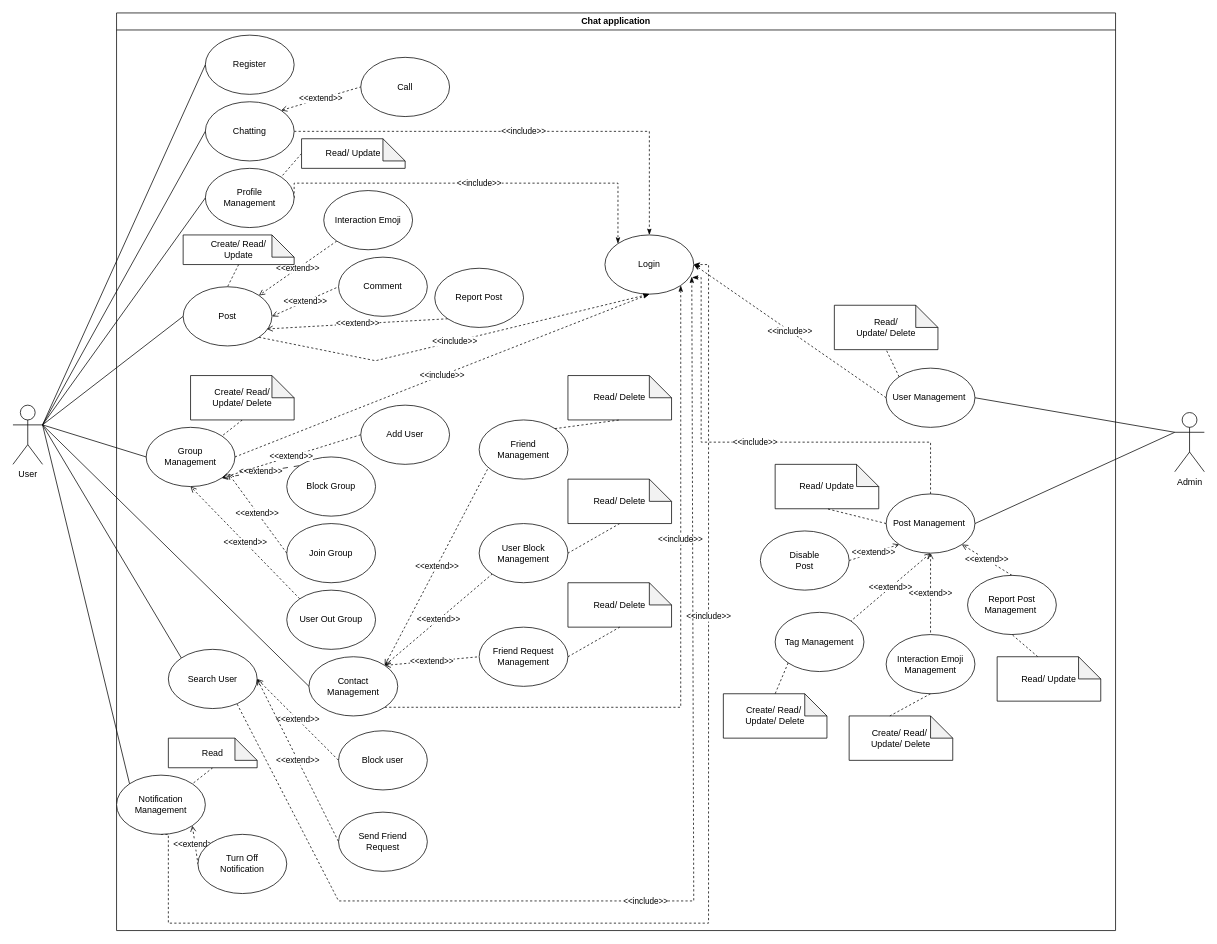
Before: docs/Use Case Diagram/UC-Chatapp.drawio in Carl-Johnsons/Chat-Application, a draw.io diagram. Source tidied: cells renumbered, new cells numbered last; positions are measured from the earlier drawing's top-left corner, leaving out a move shared by most shapes. Both pictures are drawn from the tidied source at 74%, with x=0, y=0 at pixel (13, 13).
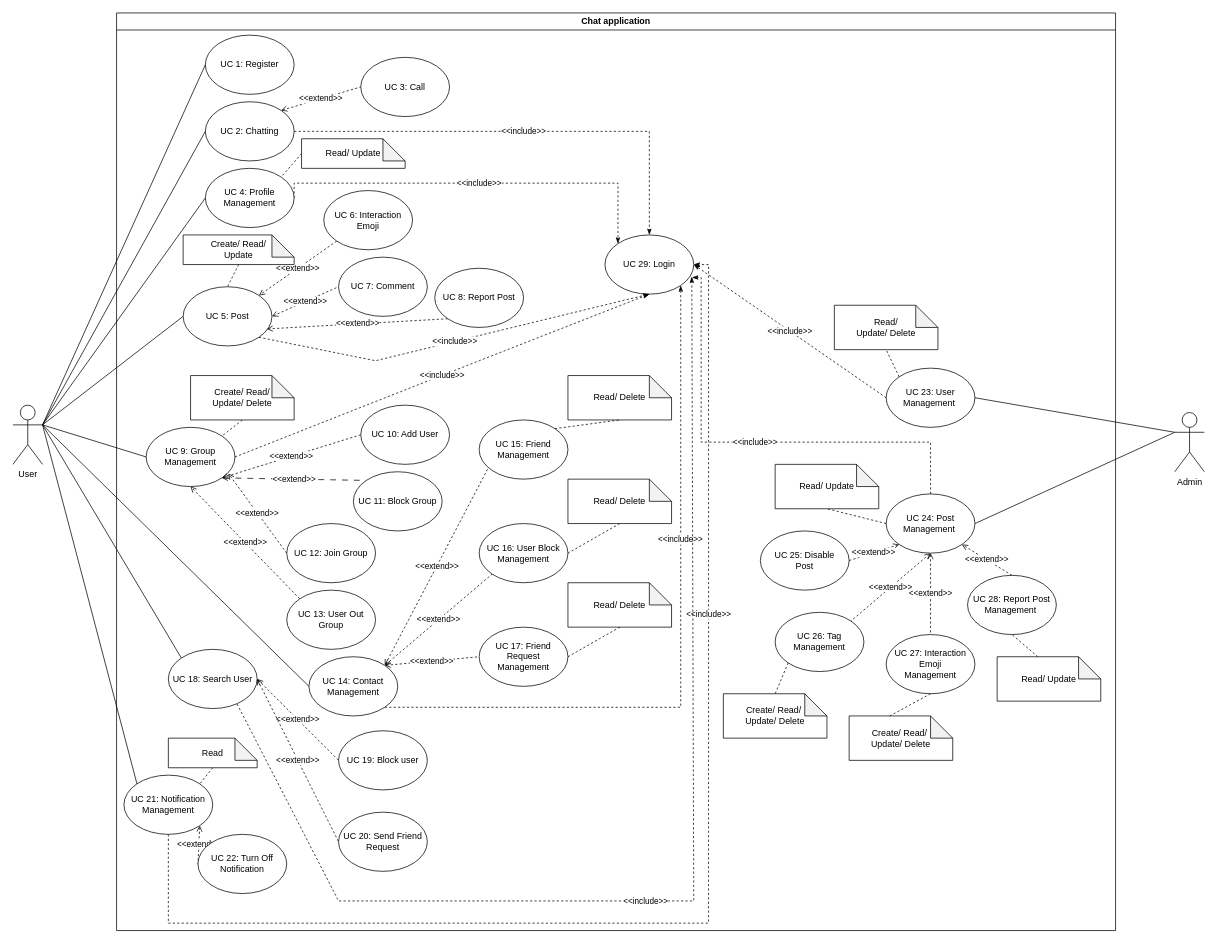
The same page after the edit.

The change refers to these unchanged cells:
```xml
<mxCell id="2" value="Chat application" style="swimlane;whiteSpace=wrap;html=1;" parent="1" vertex="1">
  <mxGeometry x="140" width="1350" height="1240" as="geometry" />
</mxCell>
```

Change to the diagram source:
```diff
@@
-    <mxCell id="5" value="Chatting" style="ellipse;whiteSpace=wrap;html=1;" parent="2" vertex="1">
+    <mxCell id="5" value="UC 2: Chatting" style="ellipse;whiteSpace=wrap;html=1;" parent="2" vertex="1">
       <mxGeometry x="120" y="120" width="120" height="80" as="geometry" />
     </mxCell>
-    <mxCell id="6" value="Login" style="ellipse;whiteSpace=wrap;html=1;" parent="2" vertex="1">
+    <mxCell id="6" value="UC 29: Login" style="ellipse;whiteSpace=wrap;html=1;" parent="2" vertex="1">
       <mxGeometry x="660" y="300" width="120" height="80" as="geometry" />
     </mxCell>
-    <mxCell id="7" value="Send Friend&lt;div&gt;Request&lt;/div&gt;" style="ellipse;whiteSpace=wrap;html=1;" parent="2" vertex="1">
+    <mxCell id="7" value="UC 20: Send Friend&lt;div&gt;Request&lt;/div&gt;" style="ellipse;whiteSpace=wrap;html=1;" parent="2" vertex="1">
       <mxGeometry x="300" y="1080" width="120" height="80" as="geometry" />
     </mxCell>
-    <mxCell id="8" value="Register" style="ellipse;whiteSpace=wrap;html=1;" parent="2" vertex="1">
+    <mxCell id="8" value="UC 1: Register" style="ellipse;whiteSpace=wrap;html=1;" parent="2" vertex="1">
       <mxGeometry x="120" y="30" width="120" height="80" as="geometry" />
     </mxCell>
@@
-    <mxCell id="11" value="Post" style="ellipse;whiteSpace=wrap;html=1;" parent="2" vertex="1">
+    <mxCell id="11" value="UC 5: Post" style="ellipse;whiteSpace=wrap;html=1;" parent="2" vertex="1">
       <mxGeometry x="90" y="370" width="120" height="80" as="geometry" />
     </mxCell>
-    <mxCell id="12" value="Comment" style="ellipse;whiteSpace=wrap;html=1;" parent="2" vertex="1">
+    <mxCell id="12" value="UC 7: Comment" style="ellipse;whiteSpace=wrap;html=1;" parent="2" vertex="1">
       <mxGeometry x="300" y="330" width="120" height="80" as="geometry" />
     </mxCell>
-    <mxCell id="13" value="Block user" style="ellipse;whiteSpace=wrap;html=1;" parent="2" vertex="1">
+    <mxCell id="13" value="UC 19: Block user" style="ellipse;whiteSpace=wrap;html=1;" parent="2" vertex="1">
       <mxGeometry x="300" y="970" width="120" height="80" as="geometry" />
     </mxCell>
@@
-    <mxCell id="19" value="Contact&lt;div&gt;Management&lt;/div&gt;" style="ellipse;whiteSpace=wrap;html=1;" parent="2" vertex="1">
+    <mxCell id="19" value="UC 14: Contact&lt;div&gt;Management&lt;/div&gt;" style="ellipse;whiteSpace=wrap;html=1;" parent="2" vertex="1">
       <mxGeometry x="260" y="870" width="120" height="80" as="geometry" />
     </mxCell>
@@
-    <mxCell id="21" value="Interaction Emoji" style="ellipse;whiteSpace=wrap;html=1;" parent="2" vertex="1">
+    <mxCell id="21" value="UC 6: Interaction Emoji" style="ellipse;whiteSpace=wrap;html=1;" parent="2" vertex="1">
       <mxGeometry x="280" y="240" width="120" height="80" as="geometry" />
     </mxCell>
@@
-    <mxCell id="23" value="&lt;div&gt;Profile&lt;/div&gt;&lt;div&gt;Management&lt;/div&gt;" style="ellipse;whiteSpace=wrap;html=1;" parent="2" vertex="1">
+    <mxCell id="23" value="&lt;div&gt;UC 4: Profile&lt;/div&gt;&lt;div&gt;Management&lt;/div&gt;" style="ellipse;whiteSpace=wrap;html=1;" parent="2" vertex="1">
       <mxGeometry x="120" y="210" width="120" height="80" as="geometry" />
     </mxCell>
-    <mxCell id="24" value="Search User" style="ellipse;whiteSpace=wrap;html=1;" parent="2" vertex="1">
+    <mxCell id="24" value="UC 18: Search User" style="ellipse;whiteSpace=wrap;html=1;" parent="2" vertex="1">
       <mxGeometry x="70" y="860" width="120" height="80" as="geometry" />
     </mxCell>
@@
-    <mxCell id="27" value="Group&lt;div&gt;Management&lt;/div&gt;" style="ellipse;whiteSpace=wrap;html=1;" parent="2" vertex="1">
+    <mxCell id="27" value="UC 9: Group&lt;div&gt;Management&lt;/div&gt;" style="ellipse;whiteSpace=wrap;html=1;" parent="2" vertex="1">
       <mxGeometry x="40" y="560" width="120" height="80" as="geometry" />
     </mxCell>
-    <mxCell id="28" value="Block Group" style="ellipse;whiteSpace=wrap;html=1;" parent="2" vertex="1">
-      <mxGeometry x="230" y="600" width="120" height="80" as="geometry" />
+    <mxCell id="28" value="UC 11: Block Group" style="ellipse;whiteSpace=wrap;html=1;" parent="2" vertex="1">
+      <mxGeometry x="320" y="620" width="120" height="80" as="geometry" />
     </mxCell>
-    <mxCell id="29" value="Friend&lt;div&gt;Management&lt;/div&gt;" style="ellipse;whiteSpace=wrap;html=1;" parent="2" vertex="1">
+    <mxCell id="29" value="UC 15: Friend&lt;div&gt;Management&lt;/div&gt;" style="ellipse;whiteSpace=wrap;html=1;" parent="2" vertex="1">
       <mxGeometry x="490" y="550" width="120" height="80" as="geometry" />
     </mxCell>
-    <mxCell id="30" value="Friend Request&lt;div&gt;Management&lt;/div&gt;" style="ellipse;whiteSpace=wrap;html=1;" parent="2" vertex="1">
+    <mxCell id="30" value="UC 17: Friend Request&lt;div&gt;Management&lt;/div&gt;" style="ellipse;whiteSpace=wrap;html=1;" parent="2" vertex="1">
       <mxGeometry x="490" y="830" width="120" height="80" as="geometry" />
     </mxCell>
-    <mxCell id="31" value="User Block&lt;div&gt;Management&lt;/div&gt;" style="ellipse;whiteSpace=wrap;html=1;" parent="2" vertex="1">
+    <mxCell id="31" value="UC 16: User Block&lt;div&gt;Management&lt;/div&gt;" style="ellipse;whiteSpace=wrap;html=1;" parent="2" vertex="1">
       <mxGeometry x="490" y="690" width="120" height="80" as="geometry" />
     </mxCell>
@@
-    <mxCell id="33" value="Add User" style="ellipse;whiteSpace=wrap;html=1;" parent="2" vertex="1">
+    <mxCell id="33" value="UC 10: Add User" style="ellipse;whiteSpace=wrap;html=1;" parent="2" vertex="1">
       <mxGeometry x="330" y="530" width="120" height="80" as="geometry" />
     </mxCell>
@@
-    <mxCell id="36" value="Call" style="ellipse;whiteSpace=wrap;html=1;" parent="2" vertex="1">
+    <mxCell id="36" value="UC 3: Call" style="ellipse;whiteSpace=wrap;html=1;" parent="2" vertex="1">
       <mxGeometry x="330" y="60" width="120" height="80" as="geometry" />
     </mxCell>
@@
-    <mxCell id="38" value="Join Group" style="ellipse;whiteSpace=wrap;html=1;" parent="2" vertex="1">
+    <mxCell id="38" value="UC 12: Join Group" style="ellipse;whiteSpace=wrap;html=1;" parent="2" vertex="1">
       <mxGeometry x="230" y="690" width="120" height="80" as="geometry" />
     </mxCell>
@@
-    <mxCell id="41" value="&lt;div&gt;Notification Management&lt;/div&gt;" style="ellipse;whiteSpace=wrap;html=1;" parent="2" vertex="1">
-      <mxGeometry y="1030" width="120" height="80" as="geometry" />
+    <mxCell id="41" value="&lt;div&gt;UC 21: Notification Management&lt;/div&gt;" style="ellipse;whiteSpace=wrap;html=1;" parent="2" vertex="1">
+      <mxGeometry x="10" y="1030" width="120" height="80" as="geometry" />
     </mxCell>
@@
-    <mxCell id="46" value="&lt;div&gt;Turn Off&lt;/div&gt;&lt;div&gt;Notification&lt;/div&gt;" style="ellipse;whiteSpace=wrap;html=1;" parent="2" vertex="1">
+    <mxCell id="46" value="&lt;div&gt;UC 22: Turn Off&lt;/div&gt;&lt;div&gt;Notification&lt;/div&gt;" style="ellipse;whiteSpace=wrap;html=1;" parent="2" vertex="1">
       <mxGeometry x="110" y="1110" width="120" height="80" as="geometry" />
     </mxCell>
@@
-    <mxCell id="58" value="User Management&amp;nbsp;" style="ellipse;whiteSpace=wrap;html=1;" parent="2" vertex="1">
+    <mxCell id="58" value="UC 23: User Management&amp;nbsp;" style="ellipse;whiteSpace=wrap;html=1;" parent="2" vertex="1">
       <mxGeometry x="1040" y="480" width="120" height="80" as="geometry" />
     </mxCell>
@@
-    <mxCell id="60" value="Post Management&amp;nbsp;" style="ellipse;whiteSpace=wrap;html=1;" parent="2" vertex="1">
+    <mxCell id="60" value="UC 24: Post Management&amp;nbsp;" style="ellipse;whiteSpace=wrap;html=1;" parent="2" vertex="1">
       <mxGeometry x="1040" y="650" width="120" height="80" as="geometry" />
     </mxCell>
@@
-    <mxCell id="64" value="Disable&lt;div&gt;Post&lt;/div&gt;" style="ellipse;whiteSpace=wrap;html=1;" parent="2" vertex="1">
+    <mxCell id="64" value="UC 25: Disable&lt;div&gt;Post&lt;/div&gt;" style="ellipse;whiteSpace=wrap;html=1;" parent="2" vertex="1">
       <mxGeometry x="870" y="700" width="120" height="80" as="geometry" />
     </mxCell>
@@
-    <mxCell id="69" value="User Out Group" style="ellipse;whiteSpace=wrap;html=1;" parent="2" vertex="1">
+    <mxCell id="69" value="UC 13: User Out Group" style="ellipse;whiteSpace=wrap;html=1;" parent="2" vertex="1">
       <mxGeometry x="230" y="780" width="120" height="80" as="geometry" />
     </mxCell>
@@
-    <mxCell id="71" value="Report Post" style="ellipse;whiteSpace=wrap;html=1;" parent="2" vertex="1">
+    <mxCell id="71" value="UC 8: Report Post" style="ellipse;whiteSpace=wrap;html=1;" parent="2" vertex="1">
       <mxGeometry x="430" y="345" width="120" height="80" as="geometry" />
     </mxCell>
-    <mxCell id="72" value="Tag Management" style="ellipse;whiteSpace=wrap;html=1;" parent="2" vertex="1">
+    <mxCell id="72" value="UC 26: Tag Management" style="ellipse;whiteSpace=wrap;html=1;" parent="2" vertex="1">
       <mxGeometry x="890" y="810" width="120" height="80" as="geometry" />
     </mxCell>
@@
-    <mxCell id="75" value="Interaction Emoji&lt;div&gt;Management&lt;/div&gt;" style="ellipse;whiteSpace=wrap;html=1;" parent="2" vertex="1">
+    <mxCell id="75" value="UC 27: Interaction Emoji&lt;div&gt;Management&lt;/div&gt;" style="ellipse;whiteSpace=wrap;html=1;" parent="2" vertex="1">
       <mxGeometry x="1040" y="840" width="120" height="80" as="geometry" />
     </mxCell>
@@
-    <mxCell id="80" value="Report Post Management&amp;nbsp;" style="ellipse;whiteSpace=wrap;html=1;" parent="2" vertex="1">
+    <mxCell id="80" value="UC 28: Report Post Management&amp;nbsp;" style="ellipse;whiteSpace=wrap;html=1;" parent="2" vertex="1">
       <mxGeometry x="1150" y="760" width="120" height="80" as="geometry" />
     </mxCell>
```
